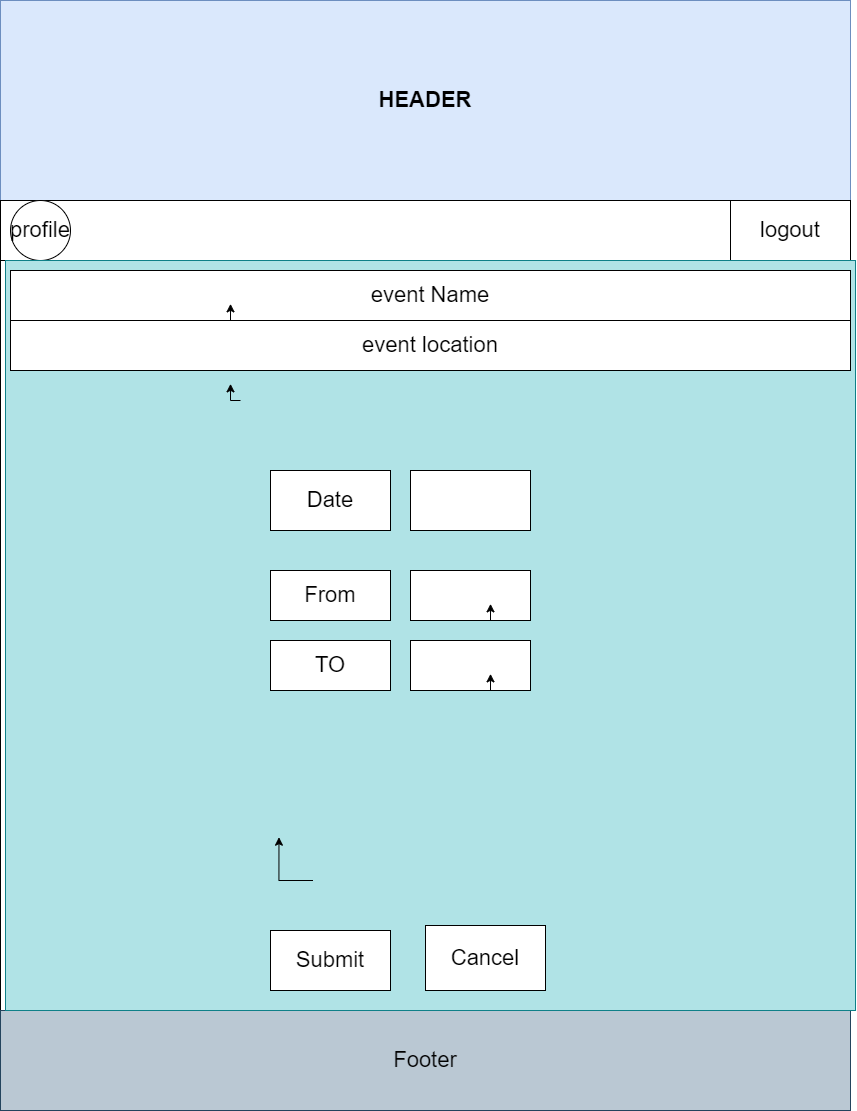
This is volunteerSignup.png from sa24700/capstone, a draw.io export, as it was before one commit. Source tidied: cells renumbered, new cells last; positions are measured from the earlier drawing's top-left corner, leaving out a move shared by most shapes.
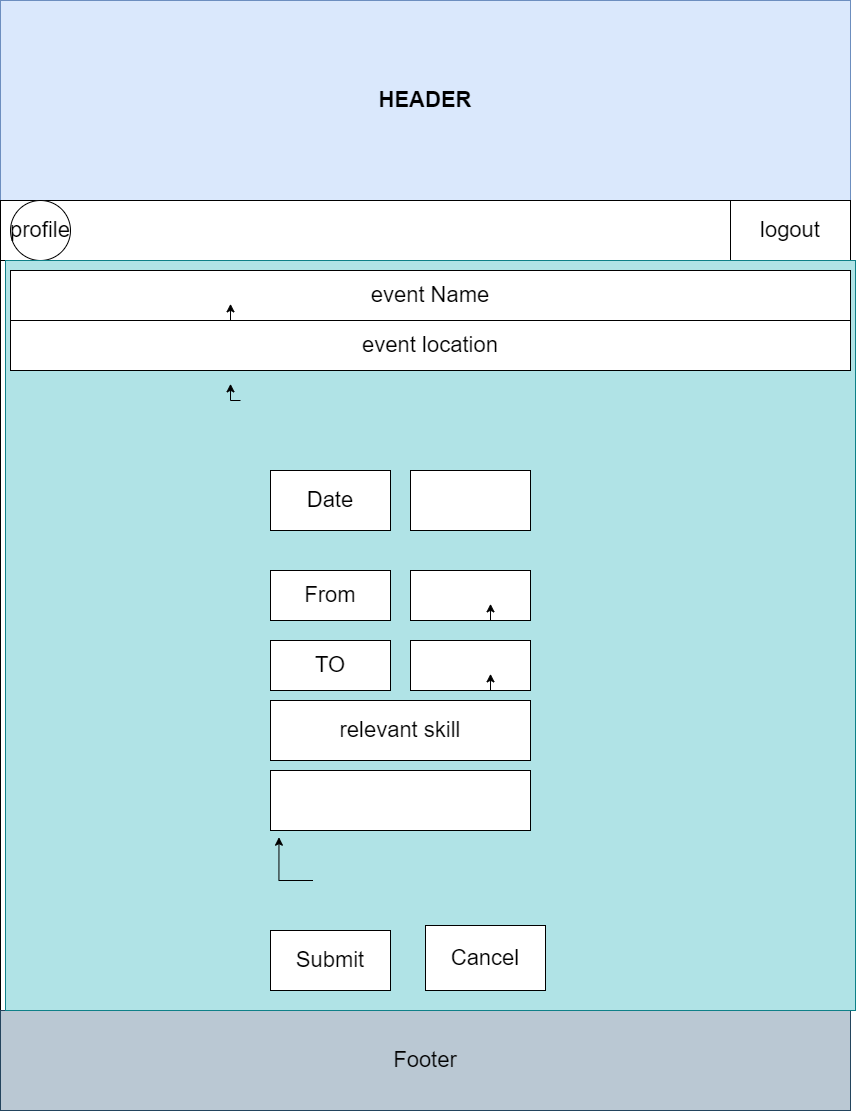
After the change.

The edit, as a diff of the source:
```diff
@@ -77,5 +77,11 @@
     <mxCell id="23" style="rounded=0;whiteSpace=wrap;html=1;fontSize=22;" parent="1" vertex="1">
       <mxGeometry x="410" y="470" width="120" height="60" as="geometry" />
     </mxCell>
+    <mxCell id="24" value="relevant skill" style="rounded=0;whiteSpace=wrap;html=1;fontSize=22;" parent="1" vertex="1">
+      <mxGeometry x="270" y="700" width="260" height="60" as="geometry" />
+    </mxCell>
+    <mxCell id="25" style="rounded=0;whiteSpace=wrap;html=1;fontSize=22;" parent="1" vertex="1">
+      <mxGeometry x="270" y="770" width="260" height="60" as="geometry" />
+    </mxCell>
   </root>
 </mxGraphModel>
```
